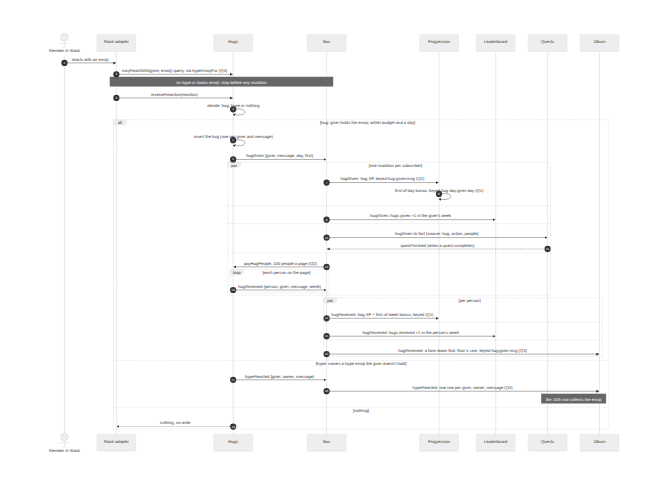
Above: docs/architecture/hugs-hook/write.png in Silthus/kudos (Mermaid), before the change. Its source is kept beside it as docs/architecture/hugs-hook/write.mmd. Source of this version:
```mermaid
sequenceDiagram
  autonumber
  actor M as Member in Slack
  participant S as Slack adapter
  participant H as Hugs
  participant B as Bus
  participant P as Progression
  participant L as Leaderboard
  participant Q as Quests
  participant A as Album
  M->>S: reacts with an emoji
  S->>H: mayReactWith(giver, emoji) query, via hypeEmojiFor (Q4)
  Note over S,B: no hype or kudos emoji: stop before any mutation
  S->>H: receiveReaction(reaction)
  H->>H: decide: hug, hype or nothing
  alt hug: giver holds the emoji, within budget and a day
    H->>H: insert the hug (one per giver and message)
    H->>B: hugGiven {giver, message, day, first}
    par one mutation per subscriber
      B->>P: hugGiven: hug XP, keyed hug-given:msg (Q1)
      P->>P: first-of-day bonus, keyed hug-day:giver:day (Q1)
    and
      B->>L: hugGiven: hugs given +1 in the giver's week
    and
      B->>Q: hugGiven to fact {source: hug, action, people}
      Q-->>B: questFinished (when a quest completes)
    and
      B->>H: payHugPeople, 100 people a page (Q2)
      loop each person on the page
        H->>B: hugReceived {person, giver, message, week}
      end
    end
    par per person
      B->>P: hugReceived: hug XP + first-of-week bonus, keyed (Q1)
    and
      B->>L: hugReceived: hugs received +1 in the person's week
    and
      B->>A: hugReceived: a face-down find, floor ≤ rare, keyed hug:giver:msg (Q3)
    end
  else hype: names a hype emoji the giver doesn't hold
    H->>B: hypeReacted {giver, owner, message}
    B->>A: hypeReacted: one row per giver, owner, message (Q4)
    Note over Q,A: the 10th row collects the emoji
  else nothing
    H-->>S: nothing, no write
  end
```
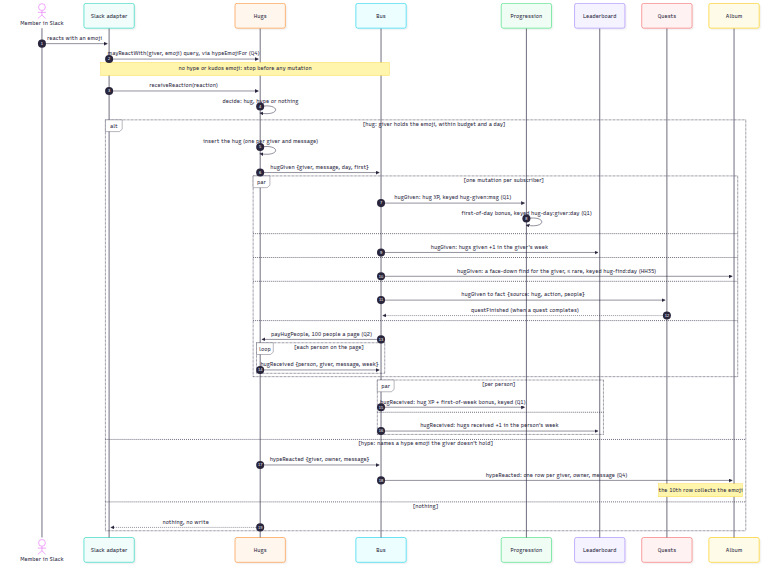
After the commit.

Change to the diagram source:
```diff
@@ -22,6 +22,8 @@
     and
       B->>L: hugGiven: hugs given +1 in the giver's week
     and
+      B->>A: hugGiven: a face-down find for the giver, ≤ rare, keyed hug-find:day (HH35)
+    and
       B->>Q: hugGiven to fact {source: hug, action, people}
       Q-->>B: questFinished (when a quest completes)
     and
@@ -34,8 +36,6 @@
       B->>P: hugReceived: hug XP + first-of-week bonus, keyed (Q1)
     and
       B->>L: hugReceived: hugs received +1 in the person's week
-    and
-      B->>A: hugReceived: a face-down find, floor ≤ rare, keyed hug:giver:msg (Q3)
     end
   else hype: names a hype emoji the giver doesn't hold
     H->>B: hypeReacted {giver, owner, message}
```
